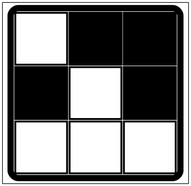
201700900/IPC2_Proyecto1_201700900 keeps this Graphviz diagram as grafica-patrones/patron-Origen.gv.png. Above is the earlier version. Its source is kept beside it as grafica-patrones/patron-Origen.gv.
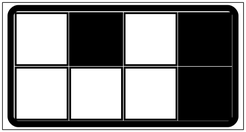
After the commit.

Diff of the diagram source:
```diff
@@ -1,3 +1,3 @@
 graph "patron-Origen" {
-	tab [label=<<TABLE  border="10" cellspacing="1" cellpadding="40" style="rounded"><TR><TD  border="3"  height="40" bgcolor="white"></TD><TD  border="3"  height="40" bgcolor="black"></TD><TD  border="3"  height="40" bgcolor="black"></TD></TR><TR><TD  border="3"  height="40" bgcolor="black"></TD><TD  border="3"  height="40" bgcolor="white"></TD><TD  border="3"  height="40" bgcolor="black"></TD></TR><TR><TD  border="3"  height="40" bgcolor="white"></TD><TD  border="3"  height="40" bgcolor="white"></TD><TD  border="3"  height="40" bgcolor="white"></TD></TR></TABLE>> shape=rect]
+	tab [label=<<TABLE  border="10" cellspacing="1" cellpadding="40" style="rounded"><TR><TD  border="3"  height="40" bgcolor="white"></TD><TD  border="3"  height="40" bgcolor="black"></TD><TD  border="3"  height="40" bgcolor="white"></TD><TD  border="3"  height="40" bgcolor="black"></TD></TR><TR><TD  border="3"  height="40" bgcolor="white"></TD><TD  border="3"  height="40" bgcolor="white"></TD><TD  border="3"  height="40" bgcolor="white"></TD><TD  border="3"  height="40" bgcolor="black"></TD></TR></TABLE>> shape=rect]
 }
```
